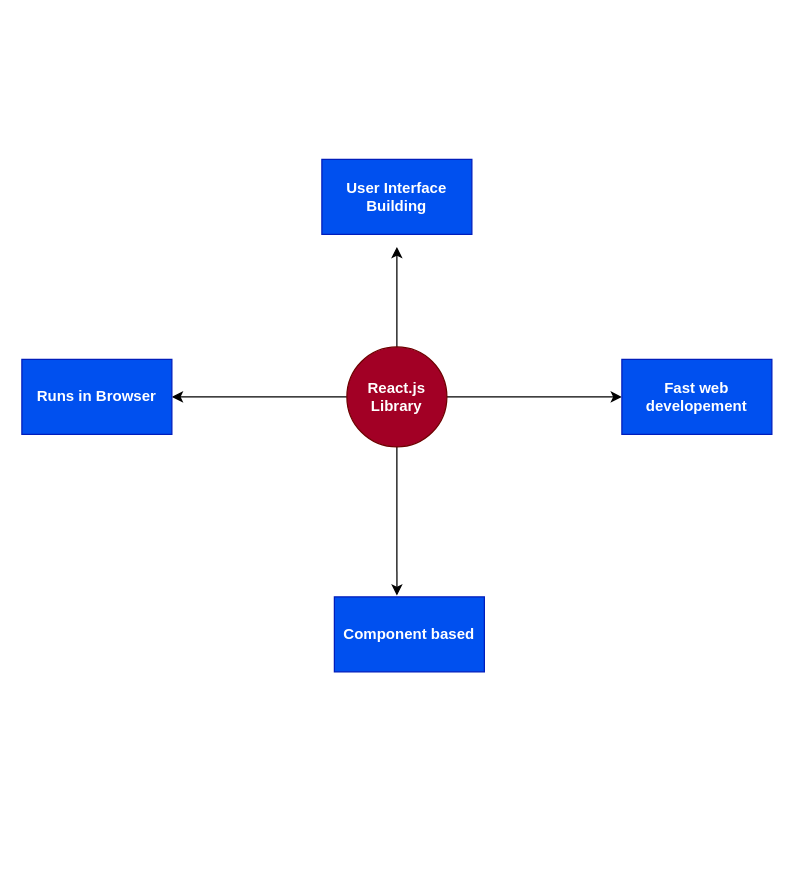
The draw.io diagram page "Page-1" (1 of 14) of training_diagram/rbasic.drawio in sharmadev26-web/training_repo, before the edit. Source tidied: cells renumbered, new cells numbered last; positions are measured from the earlier drawing's top-left corner, leaving out a move shared by most shapes. Both pictures are drawn from the tidied source at 125%, with x=0, y=0 at pixel (21, 159).
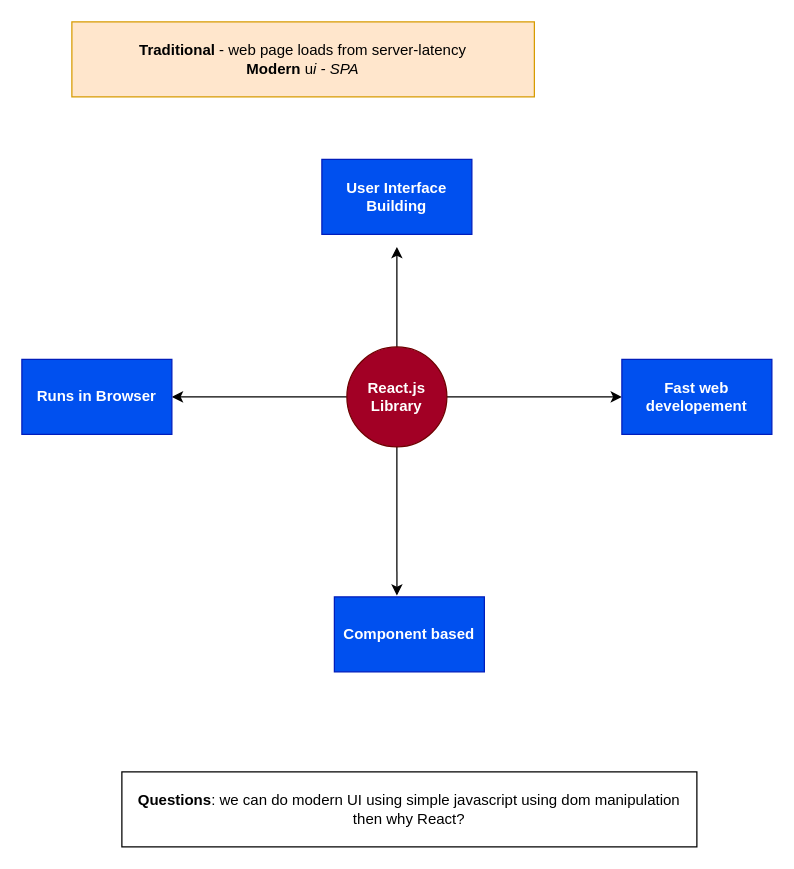
The same diagram, later.

What changed in the source:
```diff
@@
 <mxGraphModel>
   <root>
     <mxCell id="0" />
     <mxCell id="1" parent="0" />
     <mxCell id="2" value="&lt;b&gt;User Interface Building&lt;/b&gt;" style="rounded=0;whiteSpace=wrap;html=1;fillColor=#0050ef;strokeColor=#001DBC;fontColor=#ffffff;" parent="1" vertex="1">
       <mxGeometry x="240" width="120" height="60" as="geometry" />
     </mxCell>
     <mxCell id="3" style="edgeStyle=orthogonalEdgeStyle;rounded=0;jettySize=auto;html=1;" parent="1" edge="1" source="7">
       <mxGeometry relative="1" as="geometry">
         <mxPoint x="300" y="70" as="targetPoint" />
       </mxGeometry>
     </mxCell>
     <mxCell id="4" style="edgeStyle=orthogonalEdgeStyle;rounded=0;jettySize=auto;html=1;entryX=0.417;entryY=-0.017;entryDx=0;entryDy=0;entryPerimeter=0;" parent="1" edge="1" source="7" target="9">
       <mxGeometry relative="1" as="geometry" />
     </mxCell>
     <mxCell id="5" style="edgeStyle=orthogonalEdgeStyle;rounded=0;jettySize=auto;html=1;entryX=1;entryY=0.5;entryDx=0;entryDy=0;" parent="1" edge="1" source="7" target="10">
       <mxGeometry relative="1" as="geometry" />
     </mxCell>
     <mxCell id="6" style="edgeStyle=orthogonalEdgeStyle;rounded=0;jettySize=auto;html=1;entryX=0;entryY=0.5;entryDx=0;entryDy=0;" parent="1" edge="1" source="7" target="8">
       <mxGeometry relative="1" as="geometry" />
     </mxCell>
     <mxCell id="7" value="&lt;b&gt;React.js&lt;br&gt;Library&lt;/b&gt;" style="ellipse;whiteSpace=wrap;html=1;fillColor=#a20025;strokeColor=#6F0000;fontColor=#ffffff;" parent="1" vertex="1">
       <mxGeometry x="260" y="150" width="80" height="80" as="geometry" />
     </mxCell>
     <mxCell id="8" value="&lt;b&gt;Fast web developement&lt;/b&gt;" style="rounded=0;whiteSpace=wrap;html=1;fillColor=#0050ef;strokeColor=#001DBC;fontColor=#ffffff;" parent="1" vertex="1">
       <mxGeometry x="480" y="160" width="120" height="60" as="geometry" />
     </mxCell>
     <mxCell id="9" value="&lt;b&gt;Component based&lt;/b&gt;" style="rounded=0;whiteSpace=wrap;html=1;fillColor=#0050ef;strokeColor=#001DBC;fontColor=#ffffff;" parent="1" vertex="1">
       <mxGeometry x="250" y="350" width="120" height="60" as="geometry" />
     </mxCell>
     <mxCell id="10" value="&lt;b&gt;Runs in Browser&lt;/b&gt;" style="rounded=0;whiteSpace=wrap;html=1;fillColor=#0050ef;strokeColor=#001DBC;fontColor=#ffffff;" parent="1" vertex="1">
       <mxGeometry y="160" width="120" height="60" as="geometry" />
     </mxCell>
+    <mxCell id="11" value="&lt;b&gt;Traditional&lt;/b&gt; - web page loads from server-latency&lt;br&gt;&lt;b&gt;Modern&lt;/b&gt; u&lt;i&gt;i - SPA&lt;/i&gt;" style="rounded=0;whiteSpace=wrap;html=1;fillColor=#ffe6cc;strokeColor=#d79b00;" parent="1" vertex="1">
+      <mxGeometry x="40" y="-110" width="370" height="60" as="geometry" />
+    </mxCell>
+    <mxCell id="12" value="&lt;b&gt;Questions&lt;/b&gt;: we can do modern UI using simple javascript using dom manipulation then why React?" style="rounded=0;whiteSpace=wrap;html=1;" parent="1" vertex="1">
+      <mxGeometry x="80" y="490" width="460" height="60" as="geometry" />
+    </mxCell>
   </root>
 </mxGraphModel>
```
